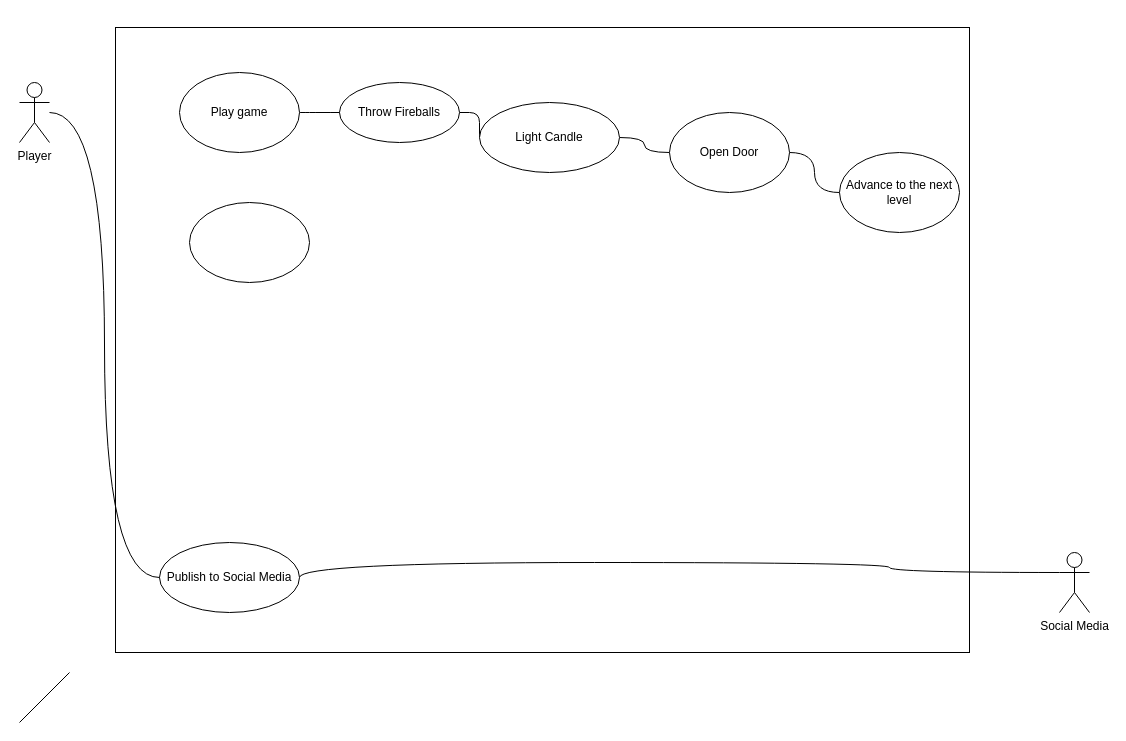
Above: page "Use Case" (1 of 3) of Fileball Game Diagrams.drawio in sunrise858/CISC210Draw (draw.io), before the change. Source tidied: cells renumbered, new cells numbered last; positions are measured from the earlier drawing's top-left corner, leaving out a move shared by most shapes. Both pictures are drawn from the tidied source at 100%, with x=0, y=0 at pixel (19, 27).
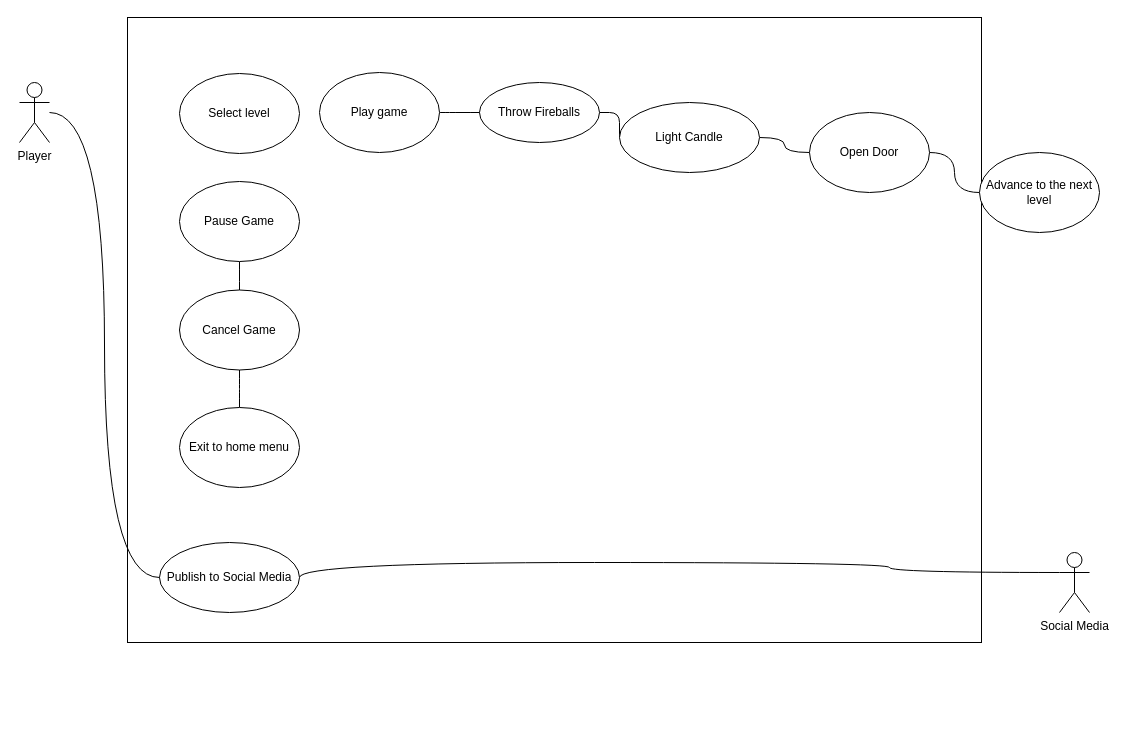
The same page after the edit.

Change to the diagram source:
```diff
@@
     <mxCell id="3" style="rounded=0;whiteSpace=wrap;html=1;" parent="1" vertex="1">
-      <mxGeometry x="96" width="854" height="625" as="geometry" />
+      <mxGeometry x="108" y="-10" width="854" height="625" as="geometry" />
     </mxCell>
@@
     <mxCell id="6" value="Throw Fireballs" style="ellipse;whiteSpace=wrap;html=1;" parent="1" vertex="1">
-      <mxGeometry x="320" y="55" width="120" height="60" as="geometry" />
+      <mxGeometry x="460" y="55" width="120" height="60" as="geometry" />
     </mxCell>
@@
     <mxCell id="11" value="Light Candle" style="ellipse;whiteSpace=wrap;html=1;" parent="1" vertex="1">
-      <mxGeometry x="460" y="75" width="140" height="70" as="geometry" />
+      <mxGeometry x="600" y="75" width="140" height="70" as="geometry" />
     </mxCell>
@@
     <mxCell id="14" value="Open Door" style="ellipse;whiteSpace=wrap;html=1;" parent="1" vertex="1">
-      <mxGeometry x="650" y="85" width="120" height="80" as="geometry" />
+      <mxGeometry x="790" y="85" width="120" height="80" as="geometry" />
     </mxCell>
     <mxCell id="15" value="Advance to the next level" style="ellipse;whiteSpace=wrap;html=1;" parent="1" vertex="1">
-      <mxGeometry x="820" y="125" width="120" height="80" as="geometry" />
+      <mxGeometry x="960" y="125" width="120" height="80" as="geometry" />
     </mxCell>
-    <mxCell id="16" style="endArrow=none;html=1;" parent="1" edge="1">
-      <mxGeometry relative="1" as="geometry">
-        <mxPoint y="695" as="sourcePoint" />
-        <mxPoint x="50" y="645" as="targetPoint" />
-      </mxGeometry>
-    </mxCell>
@@
     <mxCell id="18" value="Play game" style="ellipse;whiteSpace=wrap;html=1;" parent="1" vertex="1">
-      <mxGeometry x="160" y="45" width="120" height="80" as="geometry" />
+      <mxGeometry x="300" y="45" width="120" height="80" as="geometry" />
     </mxCell>
+    <mxCell id="20" style="edgeStyle=orthogonalEdgeStyle;curved=1;jettySize=auto;html=1;entryX=0.5;entryY=0;entryDx=0;entryDy=0;endArrow=none;endFill=0;" parent="1" edge="1" source="19" target="22">
+      <mxGeometry relative="1" as="geometry" />
+    </mxCell>
-    <mxCell id="19" style="ellipse;whiteSpace=wrap;html=1;" parent="1" vertex="1">
-      <mxGeometry x="170" y="175" width="120" height="80" as="geometry" />
+    <mxCell id="19" value="Pause Game" style="ellipse;whiteSpace=wrap;html=1;" parent="1" vertex="1">
+      <mxGeometry x="160" y="154" width="120" height="80" as="geometry" />
     </mxCell>
+    <mxCell id="21" style="edgeStyle=orthogonalEdgeStyle;curved=1;jettySize=auto;html=1;entryX=0.5;entryY=0;entryDx=0;entryDy=0;endArrow=none;endFill=0;" parent="1" edge="1" source="22" target="23">
+      <mxGeometry relative="1" as="geometry" />
+    </mxCell>
+    <mxCell id="22" value="Cancel Game" style="ellipse;whiteSpace=wrap;html=1;" parent="1" vertex="1">
+      <mxGeometry x="160" y="262.5" width="120" height="80" as="geometry" />
+    </mxCell>
+    <mxCell id="23" value="Exit to home menu" style="ellipse;whiteSpace=wrap;html=1;" parent="1" vertex="1">
+      <mxGeometry x="160" y="380" width="120" height="80" as="geometry" />
+    </mxCell>
+    <mxCell id="24" value="Select level" style="ellipse;whiteSpace=wrap;html=1;" parent="1" vertex="1">
+      <mxGeometry x="160" y="46" width="120" height="80" as="geometry" />
+    </mxCell>
```
